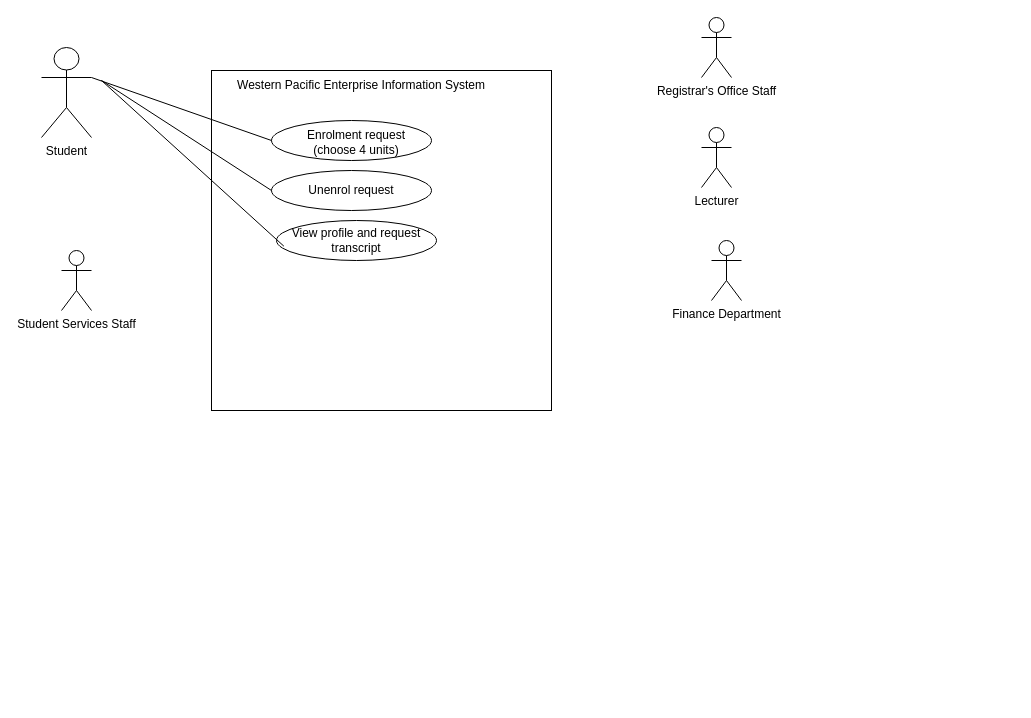
Above: page "Use Case Diagram - Western Pacific University" (3 of 4) of Untitled Diagram.drawio in Nash230/IS403SystemsAnalysis-Design_MP (draw.io), before the change. Source tidied: cells renumbered, new cells numbered last; positions are measured from the earlier drawing's top-left corner, leaving out a move shared by most shapes. Both pictures are drawn from the tidied source at 100%, with x=0, y=0 at pixel (41, 17).
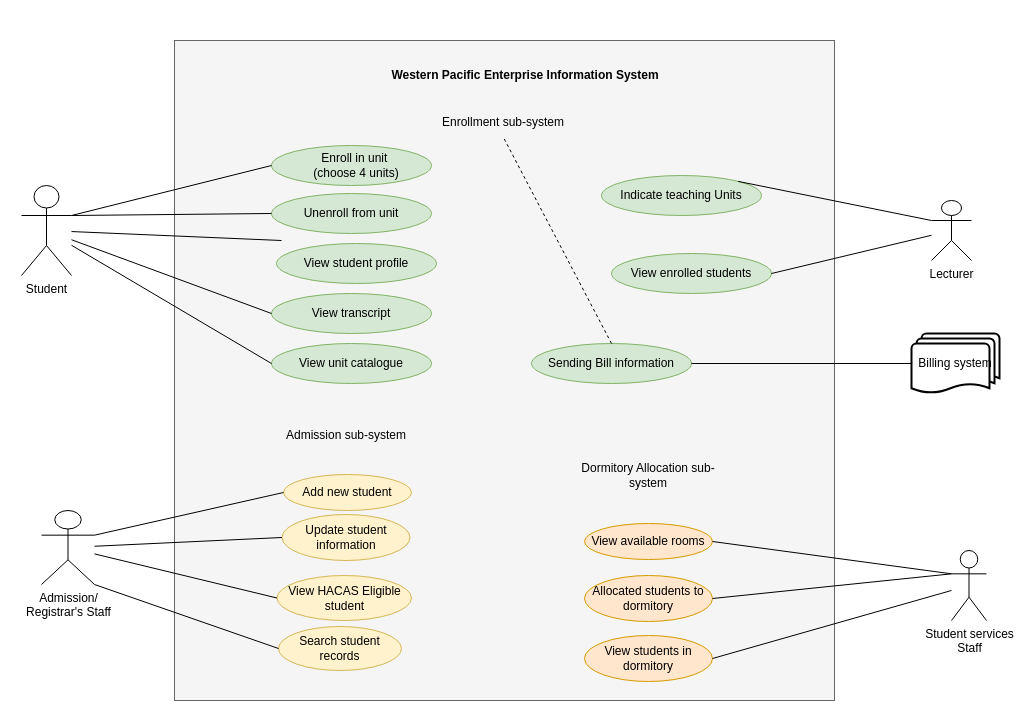
Above is the later version.

Change to the diagram source:
```diff
@@
-    <mxCell id="2" style="whiteSpace=wrap;html=1;align=left;" parent="1" vertex="1">
-      <mxGeometry x="170" y="53" width="340" height="340" as="geometry" />
+    <mxCell id="2" style="whiteSpace=wrap;html=1;align=left;fillColor=#f5f5f5;fontColor=#333333;strokeColor=#666666;" parent="1" vertex="1">
+      <mxGeometry x="133" y="23" width="660" height="660" as="geometry" />
     </mxCell>
     <mxCell id="3" value="Student" style="shape=umlActor;verticalLabelPosition=bottom;verticalAlign=top;html=1;outlineConnect=0;" parent="1" vertex="1">
-      <mxGeometry y="30" width="50" height="90" as="geometry" />
+      <mxGeometry x="-20" y="168" width="50" height="90" as="geometry" />
     </mxCell>
-    <mxCell id="4" value="Student Services Staff" style="shape=umlActor;verticalLabelPosition=bottom;verticalAlign=top;html=1;" parent="1" vertex="1">
-      <mxGeometry x="20" y="233" width="30" height="60" as="geometry" />
-    </mxCell>
-    <mxCell id="5" value="Registrar's Office Staff" style="shape=umlActor;verticalLabelPosition=bottom;verticalAlign=top;html=1;" parent="1" vertex="1">
-      <mxGeometry x="660" width="30" height="60" as="geometry" />
-    </mxCell>
     <mxCell id="6" value="Lecturer" style="shape=umlActor;verticalLabelPosition=bottom;verticalAlign=top;html=1;outlineConnect=0;" parent="1" vertex="1">
-      <mxGeometry x="660" y="110" width="30" height="60" as="geometry" />
+      <mxGeometry x="890" y="183" width="40" height="60" as="geometry" />
     </mxCell>
-    <mxCell id="7" value="&lt;div&gt;Finance Department&lt;/div&gt;&lt;div&gt;&lt;br&gt;&lt;/div&gt;" style="shape=umlActor;verticalLabelPosition=bottom;verticalAlign=top;html=1;" parent="1" vertex="1">
-      <mxGeometry x="670" y="223" width="30" height="60" as="geometry" />
-    </mxCell>
-    <mxCell id="8" value="&lt;p align=&quot;left&quot;&gt;Western Pacific Enterprise Information System&lt;/p&gt;" style="text;html=1;whiteSpace=wrap;strokeColor=none;fillColor=none;align=center;verticalAlign=middle;rounded=0;" parent="1" vertex="1">
-      <mxGeometry x="190" y="53" width="260" height="30" as="geometry" />
+    <mxCell id="8" value="&lt;p align=&quot;left&quot;&gt;&lt;b&gt;Western Pacific Enterprise Information System&lt;/b&gt;&lt;/p&gt;" style="text;html=1;whiteSpace=wrap;strokeColor=none;fillColor=none;align=center;verticalAlign=middle;rounded=0;" parent="1" vertex="1">
+      <mxGeometry x="344" y="43" width="280" height="30" as="geometry" />
     </mxCell>
-    <mxCell id="9" style="ellipse;whiteSpace=wrap;html=1;" parent="1" vertex="1">
-      <mxGeometry x="230" y="103" width="160" height="40" as="geometry" />
+    <mxCell id="9" style="ellipse;whiteSpace=wrap;html=1;fillColor=#d5e8d4;strokeColor=#82b366;" parent="1" vertex="1">
+      <mxGeometry x="230" y="128" width="160" height="40" as="geometry" />
     </mxCell>
-    <mxCell id="10" value="Enrolment request (choose 4 units)" style="text;html=1;whiteSpace=wrap;strokeColor=none;fillColor=none;align=center;verticalAlign=middle;rounded=0;rotation=0;" parent="1" vertex="1">
-      <mxGeometry x="250" y="110" width="130" height="30" as="geometry" />
+    <mxCell id="10" value="&lt;div&gt;Enroll in unit&amp;nbsp;&lt;/div&gt;&lt;div&gt;(choose 4 units)&lt;/div&gt;" style="text;html=1;whiteSpace=wrap;strokeColor=none;fillColor=none;align=center;verticalAlign=middle;rounded=0;rotation=0;" parent="1" vertex="1">
+      <mxGeometry x="250" y="133" width="130" height="30" as="geometry" />
     </mxCell>
-    <mxCell id="11" value="Unenrol request" style="ellipse;whiteSpace=wrap;html=1;" parent="1" vertex="1">
-      <mxGeometry x="230" y="153" width="160" height="40" as="geometry" />
+    <mxCell id="11" value="Unenroll from unit" style="ellipse;whiteSpace=wrap;html=1;fillColor=#d5e8d4;strokeColor=#82b366;" parent="1" vertex="1">
+      <mxGeometry x="230" y="176" width="160" height="40" as="geometry" />
     </mxCell>
-    <mxCell id="12" value="View profile and request transcript" style="ellipse;whiteSpace=wrap;html=1;" parent="1" vertex="1">
-      <mxGeometry x="235" y="203" width="160" height="40" as="geometry" />
+    <mxCell id="12" value="View student profile" style="ellipse;whiteSpace=wrap;html=1;fillColor=#d5e8d4;strokeColor=#82b366;" parent="1" vertex="1">
+      <mxGeometry x="235" y="226" width="160" height="40" as="geometry" />
     </mxCell>
@@
-    <mxCell id="14" style="endArrow=none;html=1;rounded=0;entryX=0;entryY=0.5;entryDx=0;entryDy=0;" parent="1" edge="1" target="11">
-      <mxGeometry relative="1" as="geometry">
-        <mxPoint x="60" y="63" as="sourcePoint" />
-      </mxGeometry>
+    <mxCell id="14" style="endArrow=none;html=1;rounded=0;entryX=0;entryY=0.5;entryDx=0;entryDy=0;exitX=1;exitY=0.3333333333333333;exitDx=0;exitDy=0;exitPerimeter=0;" parent="1" edge="1" source="3" target="11">
+      <mxGeometry relative="1" as="geometry" />
     </mxCell>
-    <mxCell id="15" style="endArrow=none;html=1;rounded=0;entryX=0.046;entryY=0.642;entryDx=0;entryDy=0;entryPerimeter=0;" parent="1" edge="1" target="12">
+    <mxCell id="15" style="endArrow=none;html=1;rounded=0;" parent="1" edge="1" source="3">
       <mxGeometry relative="1" as="geometry">
-        <mxPoint x="60" y="63" as="sourcePoint" />
+        <mxPoint x="240" y="223" as="targetPoint" />
       </mxGeometry>
     </mxCell>
+    <mxCell id="16" value="View transcript" style="ellipse;whiteSpace=wrap;html=1;fillColor=#d5e8d4;strokeColor=#82b366;" parent="1" vertex="1">
+      <mxGeometry x="230" y="276" width="160" height="40" as="geometry" />
+    </mxCell>
+    <mxCell id="17" value="View unit catalogue" style="ellipse;whiteSpace=wrap;html=1;fillColor=#d5e8d4;strokeColor=#82b366;" parent="1" vertex="1">
+      <mxGeometry x="230" y="326" width="160" height="40" as="geometry" />
+    </mxCell>
+    <mxCell id="18" style="endArrow=none;html=1;rounded=0;entryX=0;entryY=0.5;entryDx=0;entryDy=0;" parent="1" edge="1" source="3" target="16">
+      <mxGeometry relative="1" as="geometry" />
+    </mxCell>
+    <mxCell id="19" style="endArrow=none;html=1;rounded=0;exitX=0;exitY=0.5;exitDx=0;exitDy=0;" parent="1" edge="1" source="17" target="3">
+      <mxGeometry relative="1" as="geometry" />
+    </mxCell>
+    <mxCell id="20" value="Indicate teaching Units" style="ellipse;whiteSpace=wrap;html=1;fillColor=#d5e8d4;strokeColor=#82b366;" parent="1" vertex="1">
+      <mxGeometry x="560" y="158" width="160" height="40" as="geometry" />
+    </mxCell>
+    <mxCell id="21" value="View enrolled students" style="ellipse;whiteSpace=wrap;html=1;fillColor=#d5e8d4;strokeColor=#82b366;" parent="1" vertex="1">
+      <mxGeometry x="570" y="236" width="160" height="40" as="geometry" />
+    </mxCell>
+    <mxCell id="22" style="endArrow=none;html=1;rounded=0;entryX=0;entryY=0.3333333333333333;entryDx=0;entryDy=0;entryPerimeter=0;exitX=1;exitY=0;exitDx=0;exitDy=0;" parent="1" edge="1" source="20" target="6">
+      <mxGeometry relative="1" as="geometry" />
+    </mxCell>
+    <mxCell id="23" style="endArrow=none;html=1;rounded=0;exitX=1;exitY=0.5;exitDx=0;exitDy=0;" parent="1" edge="1" source="21" target="6">
+      <mxGeometry relative="1" as="geometry" />
+    </mxCell>
+    <mxCell id="24" value="Enrollment sub-system" style="text;html=1;whiteSpace=wrap;strokeColor=none;fillColor=none;align=center;verticalAlign=middle;rounded=0;" parent="1" vertex="1">
+      <mxGeometry x="397" y="90" width="130" height="30" as="geometry" />
+    </mxCell>
+    <mxCell id="25" value="Admission sub-system" style="text;html=1;whiteSpace=wrap;strokeColor=none;fillColor=none;align=center;verticalAlign=middle;rounded=0;" parent="1" vertex="1">
+      <mxGeometry x="234.5" y="403" width="140" height="30" as="geometry" />
+    </mxCell>
+    <mxCell id="26" value="Add new student" style="ellipse;whiteSpace=wrap;html=1;fillColor=#fff2cc;strokeColor=#d6b656;" parent="1" vertex="1">
+      <mxGeometry x="242" y="457" width="128" height="36" as="geometry" />
+    </mxCell>
+    <mxCell id="27" value="View HACAS Eligible student" style="ellipse;whiteSpace=wrap;html=1;fillColor=#fff2cc;strokeColor=#d6b656;" parent="1" vertex="1">
+      <mxGeometry x="235.5" y="558" width="134.5" height="45" as="geometry" />
+    </mxCell>
+    <mxCell id="28" value="Update student information" style="ellipse;whiteSpace=wrap;html=1;fillColor=#fff2cc;strokeColor=#d6b656;" parent="1" vertex="1">
+      <mxGeometry x="240.5" y="497" width="128" height="46" as="geometry" />
+    </mxCell>
+    <mxCell id="29" value="Search student records" style="ellipse;whiteSpace=wrap;html=1;fillColor=#fff2cc;strokeColor=#d6b656;" parent="1" vertex="1">
+      <mxGeometry x="237" y="609" width="123" height="44" as="geometry" />
+    </mxCell>
+    <mxCell id="30" value="&lt;div&gt;Admission/&lt;/div&gt;&lt;div&gt;Registrar's Staff&lt;/div&gt;" style="shape=umlActor;verticalLabelPosition=bottom;verticalAlign=top;html=1;outlineConnect=0;" parent="1" vertex="1">
+      <mxGeometry y="493" width="53" height="74" as="geometry" />
+    </mxCell>
+    <mxCell id="31" style="endArrow=none;html=1;rounded=0;exitX=1;exitY=0.3333333333333333;exitDx=0;exitDy=0;exitPerimeter=0;entryX=0;entryY=0.5;entryDx=0;entryDy=0;" parent="1" edge="1" source="30" target="26">
+      <mxGeometry relative="1" as="geometry" />
+    </mxCell>
+    <mxCell id="32" style="endArrow=none;html=1;rounded=0;entryX=0;entryY=0.5;entryDx=0;entryDy=0;" parent="1" edge="1" source="30" target="28">
+      <mxGeometry relative="1" as="geometry" />
+    </mxCell>
+    <mxCell id="33" style="endArrow=none;html=1;rounded=0;entryX=0;entryY=0.5;entryDx=0;entryDy=0;" parent="1" edge="1" source="30" target="27">
+      <mxGeometry relative="1" as="geometry" />
+    </mxCell>
+    <mxCell id="34" style="endArrow=none;html=1;rounded=0;exitX=1;exitY=1;exitDx=0;exitDy=0;exitPerimeter=0;entryX=0;entryY=0.5;entryDx=0;entryDy=0;" parent="1" edge="1" source="30" target="29">
+      <mxGeometry relative="1" as="geometry" />
+    </mxCell>
+    <mxCell id="35" value="View available rooms" style="ellipse;whiteSpace=wrap;html=1;fillColor=#ffe6cc;strokeColor=#d79b00;" parent="1" vertex="1">
+      <mxGeometry x="543" y="506" width="128" height="36" as="geometry" />
+    </mxCell>
+    <mxCell id="36" value="&lt;div&gt;Allocated students to dormitory&lt;/div&gt;" style="ellipse;whiteSpace=wrap;html=1;fillColor=#ffe6cc;strokeColor=#d79b00;" parent="1" vertex="1">
+      <mxGeometry x="543" y="558" width="128" height="46" as="geometry" />
+    </mxCell>
+    <mxCell id="37" value="View students in dormitory" style="ellipse;whiteSpace=wrap;html=1;fillColor=#ffe6cc;strokeColor=#d79b00;" parent="1" vertex="1">
+      <mxGeometry x="543" y="618" width="128" height="46" as="geometry" />
+    </mxCell>
+    <mxCell id="38" value="&lt;div&gt;Student services&lt;/div&gt;&lt;div&gt;Staff&lt;/div&gt;" style="shape=umlActor;verticalLabelPosition=bottom;verticalAlign=top;html=1;outlineConnect=0;" parent="1" vertex="1">
+      <mxGeometry x="910" y="533" width="35" height="70" as="geometry" />
+    </mxCell>
+    <mxCell id="39" style="endArrow=none;html=1;rounded=0;exitX=1;exitY=0.5;exitDx=0;exitDy=0;" parent="1" edge="1" source="37" target="38">
+      <mxGeometry relative="1" as="geometry" />
+    </mxCell>
+    <mxCell id="40" style="endArrow=none;html=1;rounded=0;exitX=1;exitY=0.5;exitDx=0;exitDy=0;entryX=0;entryY=0.3333333333333333;entryDx=0;entryDy=0;entryPerimeter=0;" parent="1" edge="1" source="36" target="38">
+      <mxGeometry relative="1" as="geometry" />
+    </mxCell>
+    <mxCell id="41" style="endArrow=none;html=1;rounded=0;exitX=1;exitY=0.5;exitDx=0;exitDy=0;entryX=0;entryY=0.3333333333333333;entryDx=0;entryDy=0;entryPerimeter=0;" parent="1" edge="1" source="35" target="38">
+      <mxGeometry relative="1" as="geometry" />
+    </mxCell>
+    <mxCell id="42" value="Dormitory Allocation sub-system" style="text;html=1;whiteSpace=wrap;strokeColor=none;fillColor=none;align=center;verticalAlign=middle;rounded=0;" parent="1" vertex="1">
+      <mxGeometry x="537" y="443" width="140" height="30" as="geometry" />
+    </mxCell>
+    <mxCell id="43" value="Sending Bill information" style="ellipse;whiteSpace=wrap;html=1;fillColor=#d5e8d4;strokeColor=#82b366;" parent="1" vertex="1">
+      <mxGeometry x="490" y="326" width="160" height="40" as="geometry" />
+    </mxCell>
+    <mxCell id="44" value="Billing system" style="strokeWidth=2;html=1;shape=mxgraph.flowchart.multi-document;whiteSpace=wrap;" parent="1" vertex="1">
+      <mxGeometry x="870" y="316" width="88" height="60" as="geometry" />
+    </mxCell>
+    <mxCell id="45" style="endArrow=none;html=1;rounded=0;exitX=1;exitY=0.5;exitDx=0;exitDy=0;entryX=0;entryY=0.5;entryDx=0;entryDy=0;entryPerimeter=0;" parent="1" edge="1" source="43" target="44">
+      <mxGeometry relative="1" as="geometry" />
+    </mxCell>
+    <mxCell id="46" style="endArrow=none;dashed=1;html=1;rounded=0;exitX=0.5;exitY=0;exitDx=0;exitDy=0;entryX=0.5;entryY=1;entryDx=0;entryDy=0;" parent="1" edge="1" source="43" target="24">
+      <mxGeometry relative="1" as="geometry" />
+    </mxCell>
```
